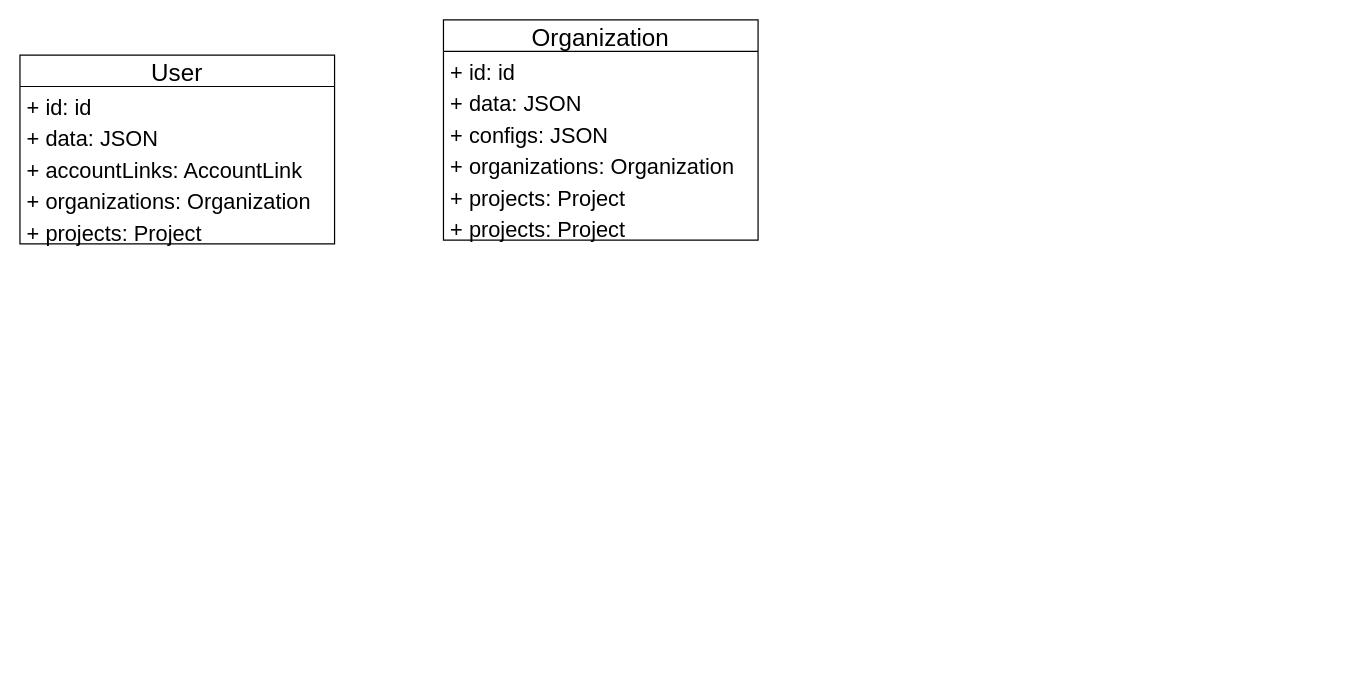
This is public/UserProjectOrganization.drawio from xtforgame/az-drawio-dev, a draw.io file, before an edit. Source tidied: cells renumbered, new cells numbered last; positions are measured from the earlier drawing's top-left corner, leaving out a move shared by most shapes. Both pictures are drawn from the tidied source at 121%, with x=0, y=0 at pixel (19, 19).
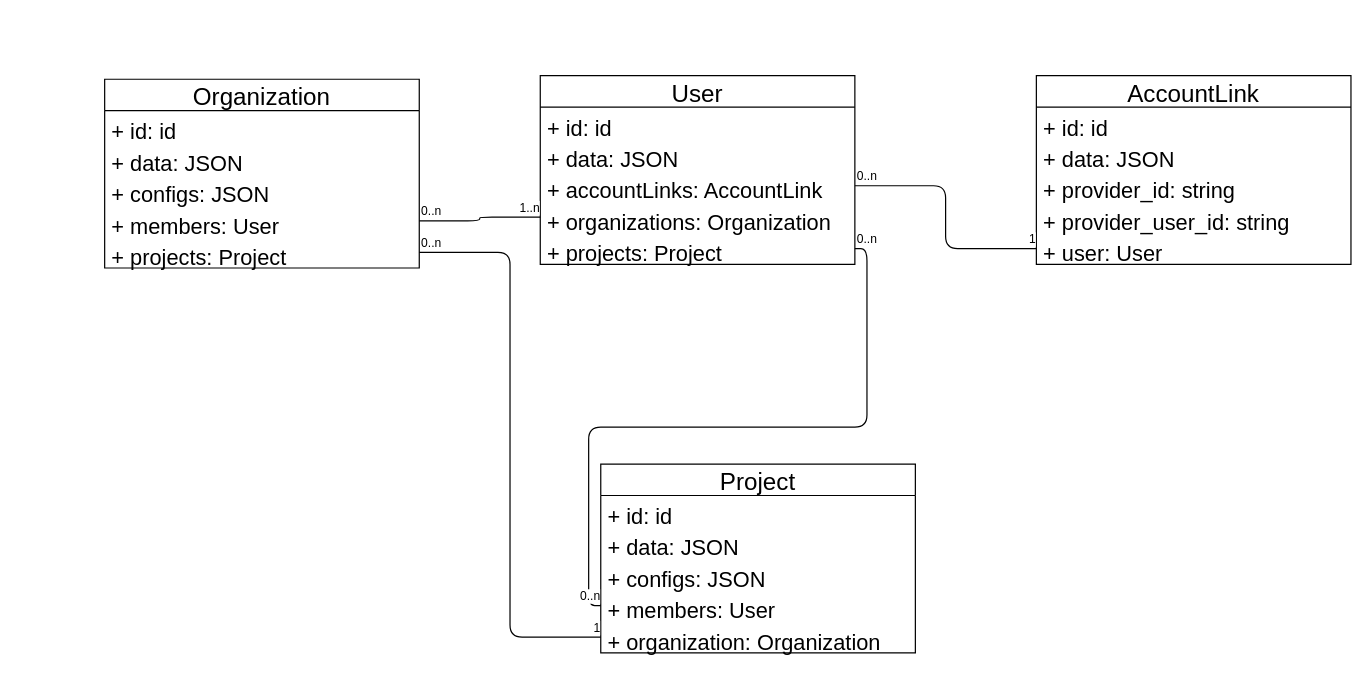
The same page after the edit.

Unchanged cells that the change refers to:
```xml
<mxCell id="5" value="+ accountLinks: AccountLink" style="text;strokeColor=none;fillColor=none;align=left;verticalAlign=top;spacingLeft=4;spacingRight=4;overflow=hidden;points=[[0,0.5],[1,0.5]];portConstraint=eastwest;fontSize=18;" parent="2" vertex="1">
  <mxGeometry y="78" width="260" height="26" as="geometry" />
</mxCell>
<mxCell id="6" value="+ organizations: Organization" style="text;strokeColor=none;fillColor=none;align=left;verticalAlign=top;spacingLeft=4;spacingRight=4;overflow=hidden;points=[[0,0.5],[1,0.5]];portConstraint=eastwest;fontSize=18;" parent="2" vertex="1">
  <mxGeometry y="104" width="260" height="26" as="geometry" />
</mxCell>
<mxCell id="7" value="+ projects: Project" style="text;strokeColor=none;fillColor=none;align=left;verticalAlign=top;spacingLeft=4;spacingRight=4;overflow=hidden;points=[[0,0.5],[1,0.5]];portConstraint=eastwest;fontSize=18;" parent="2" vertex="1">
  <mxGeometry y="130" width="260" height="26" as="geometry" />
</mxCell>
<mxCell id="13" value="+ projects: Project" style="text;strokeColor=none;fillColor=none;align=left;verticalAlign=top;spacingLeft=4;spacingRight=4;overflow=hidden;points=[[0,0.5],[1,0.5]];portConstraint=eastwest;fontSize=18;" parent="8" vertex="1">
  <mxGeometry y="130" width="260" height="26" as="geometry" />
</mxCell>
```

The edit, as a diff of the source:
```diff
@@
     <mxCell id="2" value="User" style="swimlane;fontStyle=0;horizontal=1;startSize=26;fillColor=none;fontSize=20;" parent="1" vertex="1">
-      <mxGeometry y="29" width="260" height="156" as="geometry" />
+      <mxGeometry x="430" y="46" width="260" height="156" as="geometry" />
     </mxCell>
@@
     <mxCell id="8" value="Organization" style="swimlane;fontStyle=0;horizontal=1;startSize=26;fillColor=none;fontSize=20;" parent="1" vertex="1">
-      <mxGeometry x="350" width="260" height="182" as="geometry" />
+      <mxGeometry x="70" y="49" width="260" height="156" as="geometry" />
     </mxCell>
@@
-    <mxCell id="12" value="+ organizations: Organization" style="text;strokeColor=none;fillColor=none;align=left;verticalAlign=top;spacingLeft=4;spacingRight=4;overflow=hidden;points=[[0,0.5],[1,0.5]];portConstraint=eastwest;fontSize=18;" parent="8" vertex="1">
+    <mxCell id="12" value="+ members: User" style="text;strokeColor=none;fillColor=none;align=left;verticalAlign=top;spacingLeft=4;spacingRight=4;overflow=hidden;points=[[0,0.5],[1,0.5]];portConstraint=eastwest;fontSize=18;" parent="8" vertex="1">
       <mxGeometry y="104" width="260" height="26" as="geometry" />
     </mxCell>
@@
-    <mxCell id="14" value="+ projects: Project" style="text;strokeColor=none;fillColor=none;align=left;verticalAlign=top;spacingLeft=4;spacingRight=4;overflow=hidden;fontSize=18;" parent="8" vertex="1">
-      <mxGeometry y="156" width="260" height="26" as="geometry" />
-    </mxCell>
+    <mxCell id="15" style="endArrow=none;html=1;edgeStyle=orthogonalEdgeStyle;fontSize=20;entryX=0;entryY=0.5;entryDx=0;entryDy=0;" parent="1" edge="1" source="12" target="6">
+      <mxGeometry relative="1" as="geometry" />
+    </mxCell>
+    <mxCell id="16" value="0..n" style="html=1;align=left;verticalAlign=bottom;labelBackgroundColor=#ffffff;fontSize=10;" parent="15" vertex="1">
+      <mxGeometry x="-1" relative="1" as="geometry" />
+    </mxCell>
+    <mxCell id="17" value="1..n" style="html=1;align=right;verticalAlign=bottom;labelBackgroundColor=#ffffff;fontSize=10;" parent="15" vertex="1">
+      <mxGeometry x="1" relative="1" as="geometry" />
+    </mxCell>
+    <mxCell id="18" value="AccountLink" style="swimlane;fontStyle=0;horizontal=1;startSize=26;fillColor=none;fontSize=20;" parent="1" vertex="1">
+      <mxGeometry x="840" y="46" width="260" height="156" as="geometry" />
+    </mxCell>
+    <mxCell id="19" value="+ id: id" style="text;strokeColor=none;fillColor=none;align=left;verticalAlign=top;spacingLeft=4;spacingRight=4;overflow=hidden;fontSize=18;" parent="18" vertex="1">
+      <mxGeometry y="26" width="260" height="26" as="geometry" />
+    </mxCell>
+    <mxCell id="20" value="+ data: JSON&#10;" style="text;strokeColor=none;fillColor=none;align=left;verticalAlign=top;spacingLeft=4;spacingRight=4;overflow=hidden;fontSize=18;" parent="18" vertex="1">
+      <mxGeometry y="52" width="260" height="26" as="geometry" />
+    </mxCell>
+    <mxCell id="21" value="+ provider_id: string" style="text;strokeColor=none;fillColor=none;align=left;verticalAlign=top;spacingLeft=4;spacingRight=4;overflow=hidden;fontSize=18;" parent="18" vertex="1">
+      <mxGeometry y="78" width="260" height="26" as="geometry" />
+    </mxCell>
+    <mxCell id="22" value="+ provider_user_id: string" style="text;strokeColor=none;fillColor=none;align=left;verticalAlign=top;spacingLeft=4;spacingRight=4;overflow=hidden;fontSize=18;" parent="18" vertex="1">
+      <mxGeometry y="104" width="260" height="26" as="geometry" />
+    </mxCell>
+    <mxCell id="23" value="+ user: User" style="text;strokeColor=none;fillColor=none;align=left;verticalAlign=top;spacingLeft=4;spacingRight=4;overflow=hidden;points=[[0,0.5],[1,0.5]];portConstraint=eastwest;fontSize=18;" parent="18" vertex="1">
+      <mxGeometry y="130" width="260" height="26" as="geometry" />
+    </mxCell>
+    <mxCell id="24" style="endArrow=none;html=1;edgeStyle=orthogonalEdgeStyle;fontSize=20;exitX=1;exitY=0.5;exitDx=0;exitDy=0;" parent="1" edge="1" source="5" target="23">
+      <mxGeometry relative="1" as="geometry" />
+    </mxCell>
+    <mxCell id="25" value="0..n" style="html=1;align=left;verticalAlign=bottom;labelBackgroundColor=#ffffff;fontSize=10;" parent="24" vertex="1">
+      <mxGeometry x="-1" relative="1" as="geometry" />
+    </mxCell>
+    <mxCell id="26" value="1" style="html=1;align=right;verticalAlign=bottom;labelBackgroundColor=#ffffff;fontSize=10;" parent="24" vertex="1">
+      <mxGeometry x="1" relative="1" as="geometry" />
+    </mxCell>
+    <mxCell id="27" value="Project" style="swimlane;fontStyle=0;horizontal=1;startSize=26;fillColor=none;fontSize=20;" parent="1" vertex="1">
+      <mxGeometry x="480" y="367" width="260" height="156" as="geometry" />
+    </mxCell>
+    <mxCell id="28" value="+ id: id" style="text;strokeColor=none;fillColor=none;align=left;verticalAlign=top;spacingLeft=4;spacingRight=4;overflow=hidden;fontSize=18;" parent="27" vertex="1">
+      <mxGeometry y="26" width="260" height="26" as="geometry" />
+    </mxCell>
+    <mxCell id="29" value="+ data: JSON&#10;" style="text;strokeColor=none;fillColor=none;align=left;verticalAlign=top;spacingLeft=4;spacingRight=4;overflow=hidden;fontSize=18;" parent="27" vertex="1">
+      <mxGeometry y="52" width="260" height="26" as="geometry" />
+    </mxCell>
+    <mxCell id="30" value="+ configs: JSON" style="text;strokeColor=none;fillColor=none;align=left;verticalAlign=top;spacingLeft=4;spacingRight=4;overflow=hidden;fontSize=18;" parent="27" vertex="1">
+      <mxGeometry y="78" width="260" height="26" as="geometry" />
+    </mxCell>
+    <mxCell id="31" value="+ members: User" style="text;strokeColor=none;fillColor=none;align=left;verticalAlign=top;spacingLeft=4;spacingRight=4;overflow=hidden;points=[[0,0.5],[1,0.5]];portConstraint=eastwest;fontSize=18;" parent="27" vertex="1">
+      <mxGeometry y="104" width="260" height="26" as="geometry" />
+    </mxCell>
+    <mxCell id="32" value="+ organization: Organization" style="text;strokeColor=none;fillColor=none;align=left;verticalAlign=top;spacingLeft=4;spacingRight=4;overflow=hidden;points=[[0,0.5],[1,0.5]];portConstraint=eastwest;fontSize=18;" parent="27" vertex="1">
+      <mxGeometry y="130" width="260" height="26" as="geometry" />
+    </mxCell>
+    <mxCell id="33" style="endArrow=none;html=1;edgeStyle=orthogonalEdgeStyle;fontSize=20;exitX=1;exitY=0.5;exitDx=0;exitDy=0;" parent="1" edge="1" source="7" target="31">
+      <mxGeometry relative="1" as="geometry" />
+    </mxCell>
+    <mxCell id="34" value="0..n" style="html=1;align=left;verticalAlign=bottom;labelBackgroundColor=#ffffff;fontSize=10;" parent="33" vertex="1">
+      <mxGeometry x="-1" relative="1" as="geometry" />
+    </mxCell>
+    <mxCell id="35" value="0..n" style="html=1;align=right;verticalAlign=bottom;labelBackgroundColor=#ffffff;fontSize=10;" parent="33" vertex="1">
+      <mxGeometry x="1" relative="1" as="geometry" />
+    </mxCell>
+    <mxCell id="36" style="endArrow=none;html=1;edgeStyle=orthogonalEdgeStyle;fontSize=20;exitX=1;exitY=0.5;exitDx=0;exitDy=0;entryX=0;entryY=0.5;entryDx=0;entryDy=0;" parent="1" edge="1" source="13" target="32">
+      <mxGeometry relative="1" as="geometry" />
+    </mxCell>
+    <mxCell id="37" value="0..n" style="html=1;align=left;verticalAlign=bottom;labelBackgroundColor=#ffffff;fontSize=10;direction=west;" parent="36" vertex="1">
+      <mxGeometry x="-1" relative="1" as="geometry" />
+    </mxCell>
+    <mxCell id="38" value="1" style="html=1;align=right;verticalAlign=bottom;labelBackgroundColor=#ffffff;fontSize=10;" parent="36" vertex="1">
+      <mxGeometry x="1" relative="1" as="geometry" />
+    </mxCell>
```
